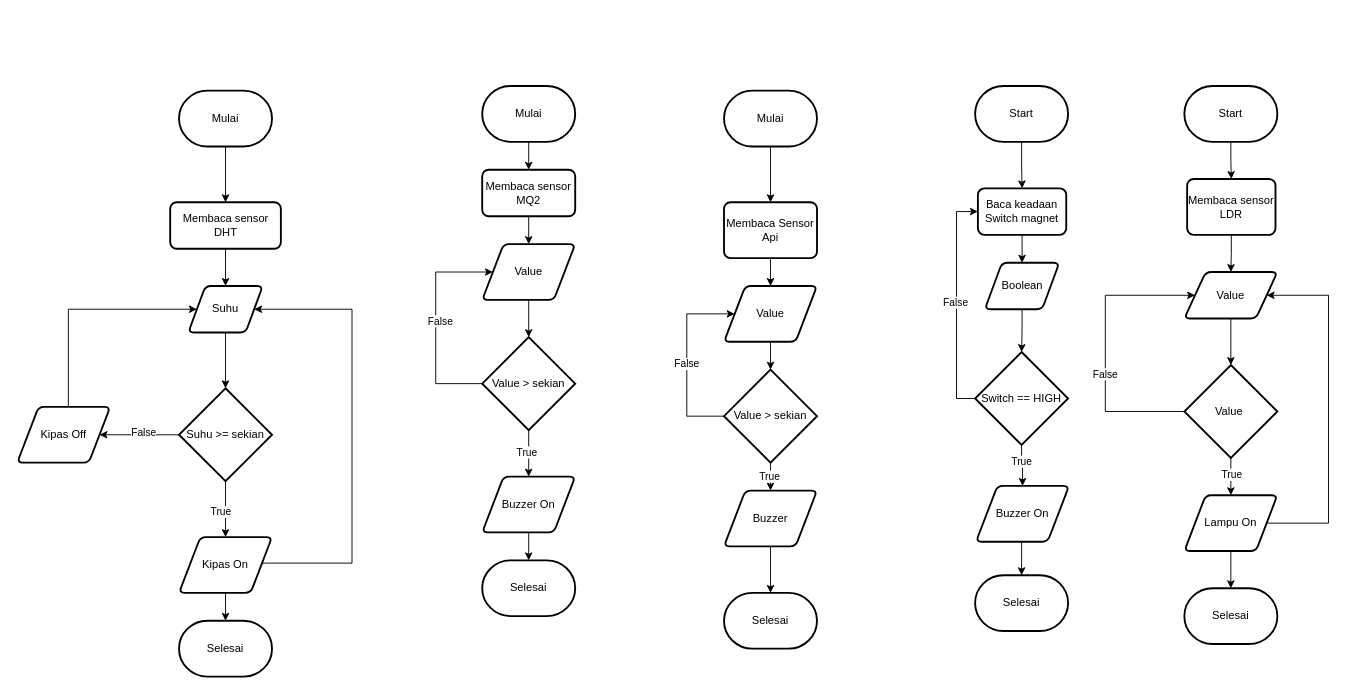
Earlier version of the draw.io diagram diagram/All in one Flowchart.drawio (lalala2b/project-bpvp). Source tidied: cells renumbered, new cells numbered last; positions are measured from the earlier drawing's top-left corner, leaving out a move shared by most shapes. Both pictures are drawn from the tidied source at 93%, with x=0, y=0 at pixel (17, 86).
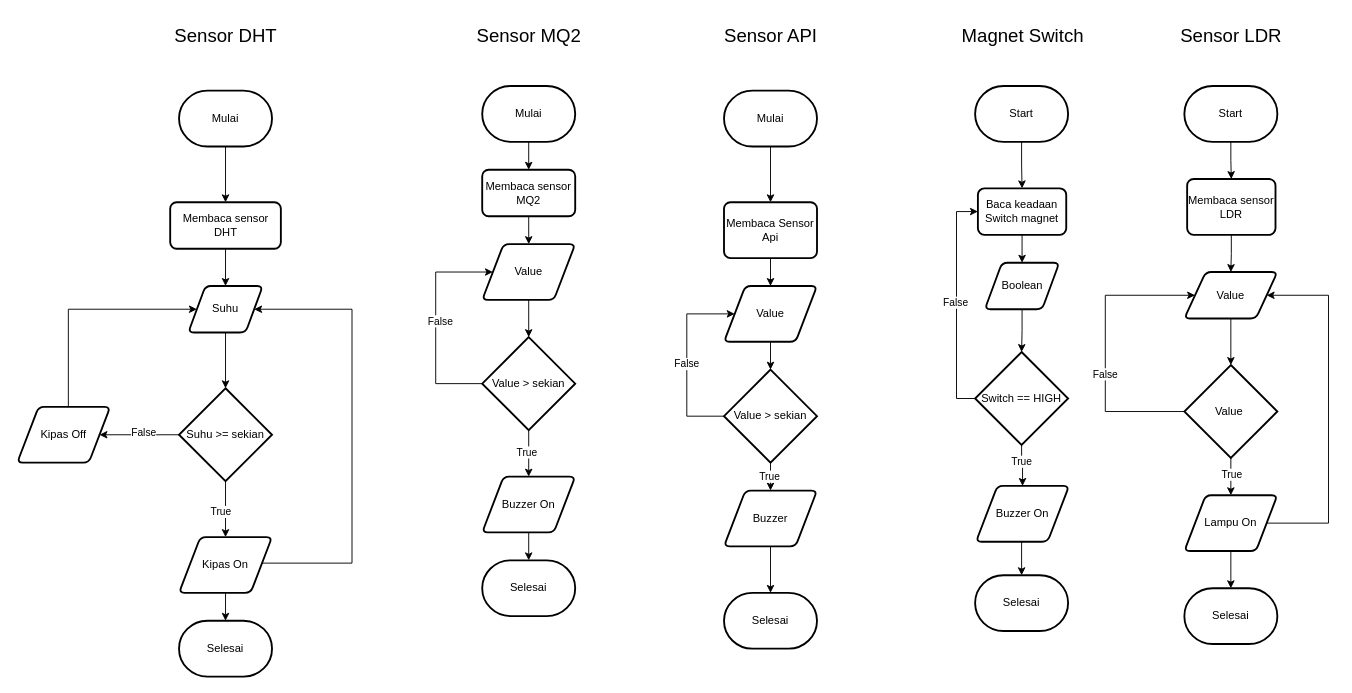
After the change.

Diff of the diagram source:
```diff
@@
+    <mxCell id="76" value="Sensor DHT" style="text;html=1;align=center;verticalAlign=middle;strokeColor=none;fillColor=none;fontSize=20;" parent="1" vertex="1">
+      <mxGeometry x="159" y="-75" width="130" height="40" as="geometry" />
+    </mxCell>
+    <mxCell id="77" value="Sensor MQ2" style="text;html=1;align=center;verticalAlign=middle;strokeColor=none;fillColor=none;fontSize=20;" parent="1" vertex="1">
+      <mxGeometry x="480" y="-75" width="140" height="40" as="geometry" />
+    </mxCell>
+    <mxCell id="78" value="Sensor API" style="text;html=1;align=center;verticalAlign=middle;strokeColor=none;fillColor=none;fontSize=20;" parent="1" vertex="1">
+      <mxGeometry x="750" y="-75" width="120" height="40" as="geometry" />
+    </mxCell>
+    <mxCell id="79" value="Magnet Switch" style="text;html=1;align=center;verticalAlign=middle;strokeColor=none;fillColor=none;fontSize=20;" parent="1" vertex="1">
+      <mxGeometry x="1006" y="-75" width="150" height="40" as="geometry" />
+    </mxCell>
+    <mxCell id="80" value="Sensor LDR" style="text;html=1;align=center;verticalAlign=middle;strokeColor=none;fillColor=none;fontSize=20;" parent="1" vertex="1">
+      <mxGeometry x="1240" y="-75" width="130" height="40" as="geometry" />
+    </mxCell>
```
